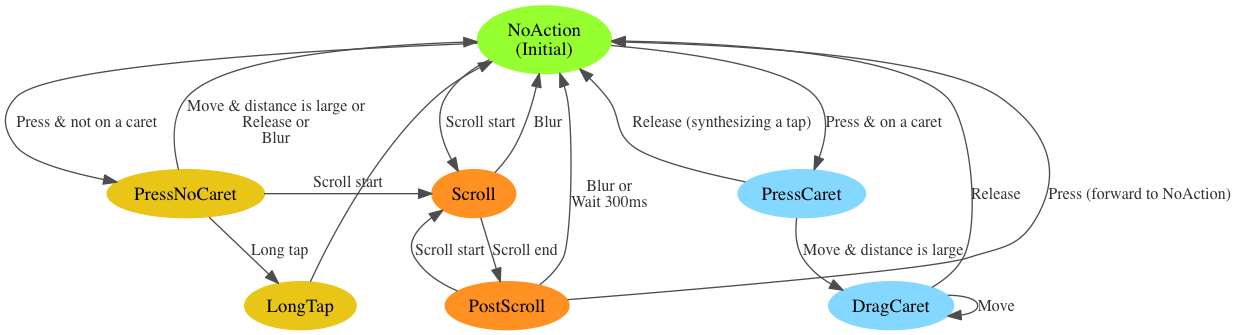
Above: layout/base/doc/AccessibleCaretEventHubStates.png in Floorp-Projects/Floorp (Graphviz), before the change. Its source is kept beside it as layout/base/doc/AccessibleCaretEventHubStates.dot. Its diagram source:
```dot
digraph event_hub_states {
  node [style=filled];
  edge [color="gray30", fontcolor="gray20", fontsize=12]

  NoAction [label="NoAction\n(Initial)"color="#96FF2F"];
  NoAction -> PressCaret [label="Press & on a caret"];
  NoAction -> PressNoCaret [label="Press & not on a caret"];
  NoAction -> Scroll [label="Scroll start"];

  PressCaret [color="#84D8FF"];
  PressCaret -> DragCaret [label="Move & distance is large"];
  PressCaret -> NoAction [label="Release (synthesizing a tap)"];

  DragCaret [color="#84D8FF"];
  DragCaret -> DragCaret [label="Move"];
  DragCaret -> NoAction [label="Release"];

  PressNoCaret [color="#E8C516"];
  PressNoCaret -> NoAction [label="Move & distance is large or\nRelease or\nBlur"];
  PressNoCaret -> LongTap [label="Long tap"];
  PressNoCaret -> Scroll [label="Scroll start", constraint=false];

  LongTap [color="#E8C516"]
  LongTap -> NoAction;

  Scroll [color="#FF9022"]
  Scroll -> PostScroll [label="Scroll end"];
  Scroll -> NoAction [label="Blur"];

  PostScroll [color="#FF9022"]
  PostScroll -> Scroll [label="Scroll start"];
  PostScroll -> NoAction [label="Blur or\nWait 300ms"];
  PostScroll -> NoAction [label="Press (forward to NoAction)", constraint=false];
}
```
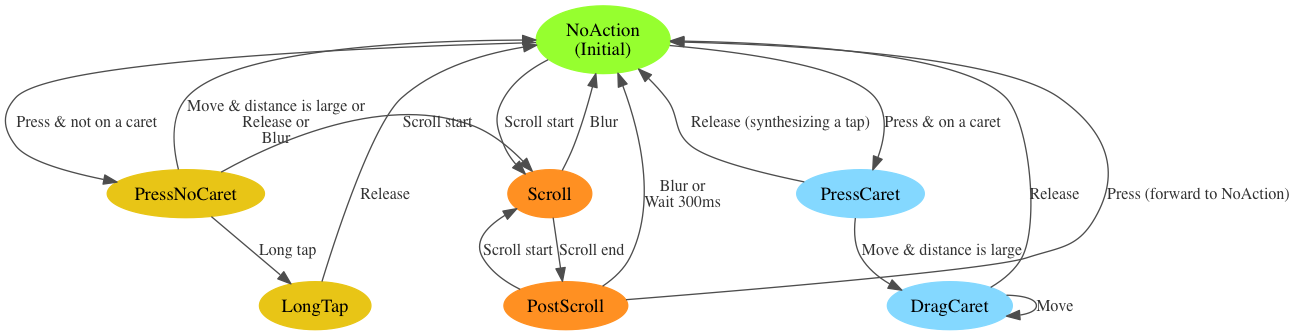
The same file after the commit.

Commit message:
Bug 1121468 - Go to NoActionState after receiving release on LongTapState. r=roc

Change to the diagram source:
```diff
@@ -21,7 +21,7 @@
   PressNoCaret -> Scroll [label="Scroll start", constraint=false];
 
   LongTap [color="#E8C516"]
-  LongTap -> NoAction;
+  LongTap -> NoAction [label="Release"];
 
   Scroll [color="#FF9022"]
   Scroll -> PostScroll [label="Scroll end"];
```
